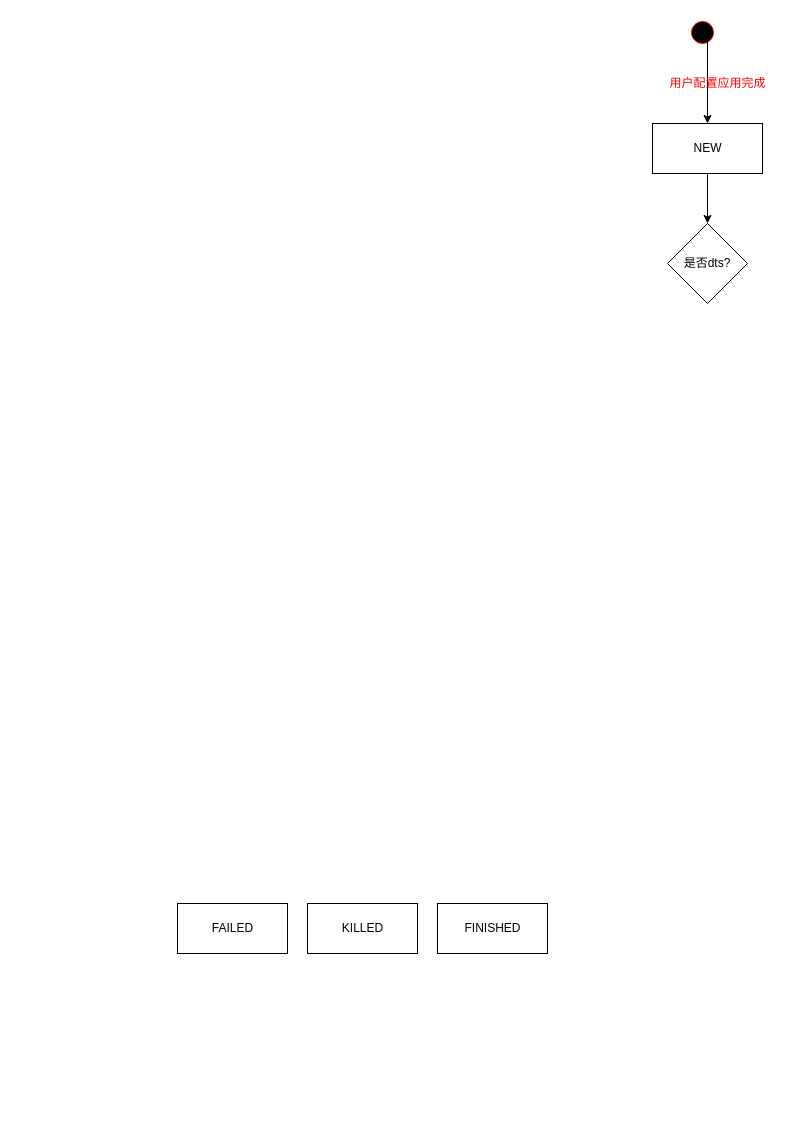
Above: Copy of bos重构状态机-yarn版本.drawio in yindongjun/drawio-3 (draw.io), before the change. Source tidied: cells renumbered, new cells numbered last; positions are measured from the earlier drawing's top-left corner, leaving out a move shared by most shapes. Both pictures are drawn from the tidied source at 100%, with x=0, y=0 at pixel (177, 17).
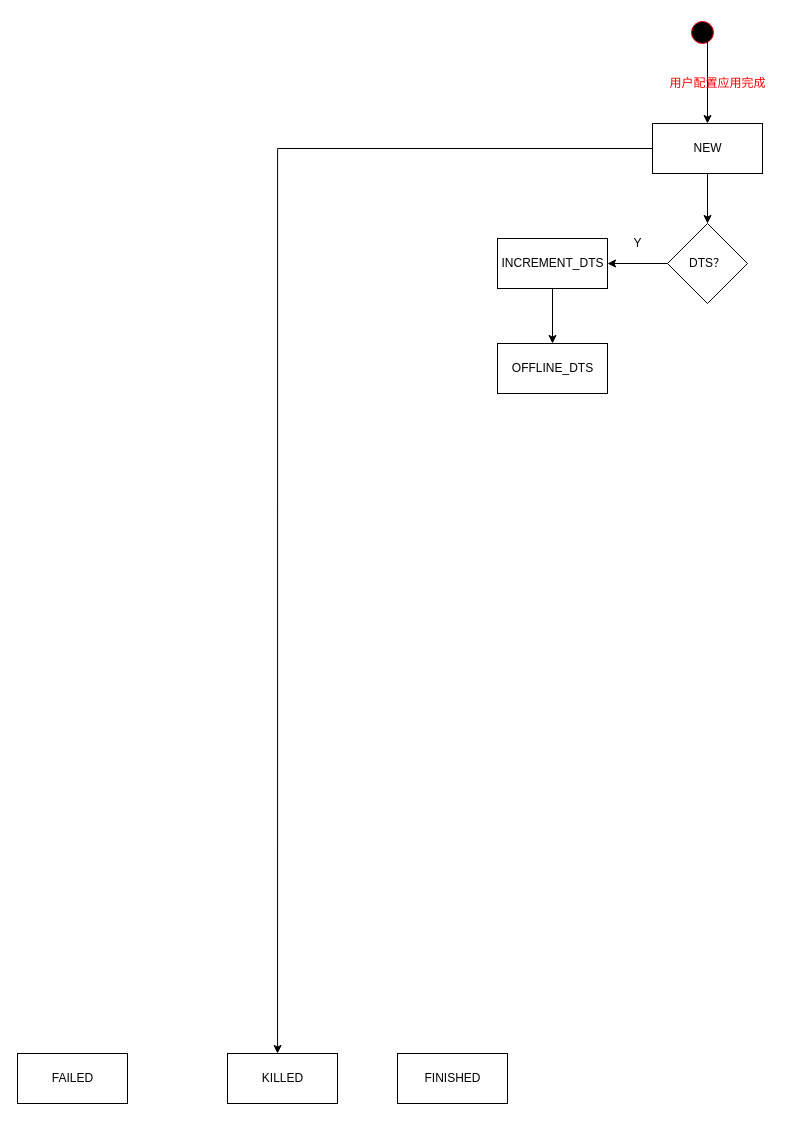
The same diagram, later.

Commit message:
Update Copy of bos重构状态机-yarn版本.drawio

Change to the diagram source:
```diff
@@
 <mxGraphModel>
   <root>
     <mxCell id="0" />
     <mxCell id="1" parent="0" />
     <mxCell id="2" style="ellipse;html=1;shape=startState;fillColor=#000000;strokeColor=#ff0000;" parent="1" vertex="1">
       <mxGeometry x="510" width="30" height="30" as="geometry" />
     </mxCell>
     <mxCell id="3" style="edgeStyle=orthogonalEdgeStyle;rounded=0;orthogonalLoop=1;jettySize=auto;html=1;" parent="1" edge="1">
       <mxGeometry relative="1" as="geometry">
         <mxPoint x="530" y="23" as="sourcePoint" />
         <mxPoint x="530" y="106" as="targetPoint" />
       </mxGeometry>
     </mxCell>
     <mxCell id="4" style="edgeStyle=orthogonalEdgeStyle;rounded=0;jettySize=auto;html=1;" parent="1" edge="1" source="5" target="10">
       <mxGeometry relative="1" as="geometry" />
     </mxCell>
+    <mxCell id="11" style="edgeStyle=orthogonalEdgeStyle;rounded=0;jettySize=auto;html=1;entryX=0.455;entryY=0;entryDx=0;entryDy=0;entryPerimeter=0;" parent="1" edge="1" source="5" target="8">
+      <mxGeometry relative="1" as="geometry">
+        <Array as="points">
+          <mxPoint x="100" y="131" />
+        </Array>
+      </mxGeometry>
+    </mxCell>
     <mxCell id="5" value="NEW" style="html=1;" parent="1" vertex="1">
       <mxGeometry x="475" y="106" width="110" height="50" as="geometry" />
     </mxCell>
     <mxCell id="6" value="&lt;font color=&quot;#ff0000&quot;&gt;用户配置应用完成&lt;/font&gt;" style="text;html=1;align=center;verticalAlign=middle;" parent="1" vertex="1">
       <mxGeometry x="485" y="56" width="110" height="20" as="geometry" />
     </mxCell>
     <mxCell id="7" value="FAILED" style="html=1;" parent="1" vertex="1">
-      <mxGeometry y="886" width="110" height="50" as="geometry" />
+      <mxGeometry x="-160" y="1036" width="110" height="50" as="geometry" />
     </mxCell>
     <mxCell id="8" value="KILLED" style="html=1;" parent="1" vertex="1">
-      <mxGeometry x="130" y="886" width="110" height="50" as="geometry" />
+      <mxGeometry x="50" y="1036" width="110" height="50" as="geometry" />
     </mxCell>
     <mxCell id="9" value="FINISHED" style="html=1;" parent="1" vertex="1">
-      <mxGeometry x="260" y="886" width="110" height="50" as="geometry" />
+      <mxGeometry x="220" y="1036" width="110" height="50" as="geometry" />
     </mxCell>
+    <mxCell id="12" style="edgeStyle=orthogonalEdgeStyle;rounded=0;jettySize=auto;html=1;" parent="1" edge="1" source="10" target="14">
+      <mxGeometry relative="1" as="geometry" />
+    </mxCell>
-    <mxCell id="10" value="是否dts?" style="rhombus;whiteSpace=wrap;html=1;" parent="1" vertex="1">
+    <mxCell id="10" value="DTS？" style="rhombus;whiteSpace=wrap;html=1;" parent="1" vertex="1">
       <mxGeometry x="490" y="206" width="80" height="80" as="geometry" />
     </mxCell>
+    <mxCell id="13" style="edgeStyle=orthogonalEdgeStyle;rounded=0;jettySize=auto;html=1;" parent="1" edge="1" source="14" target="15">
+      <mxGeometry relative="1" as="geometry" />
+    </mxCell>
+    <mxCell id="14" value="INCREMENT_DTS" style="html=1;" parent="1" vertex="1">
+      <mxGeometry x="320" y="221" width="110" height="50" as="geometry" />
+    </mxCell>
+    <mxCell id="15" value="OFFLINE_DTS" style="html=1;" parent="1" vertex="1">
+      <mxGeometry x="320" y="326" width="110" height="50" as="geometry" />
+    </mxCell>
+    <mxCell id="16" value="Y" style="text;html=1;align=center;verticalAlign=middle;strokeColor=none;fillColor=none;" parent="1" vertex="1">
+      <mxGeometry x="450" y="216" width="20" height="20" as="geometry" />
+    </mxCell>
   </root>
 </mxGraphModel>
```
